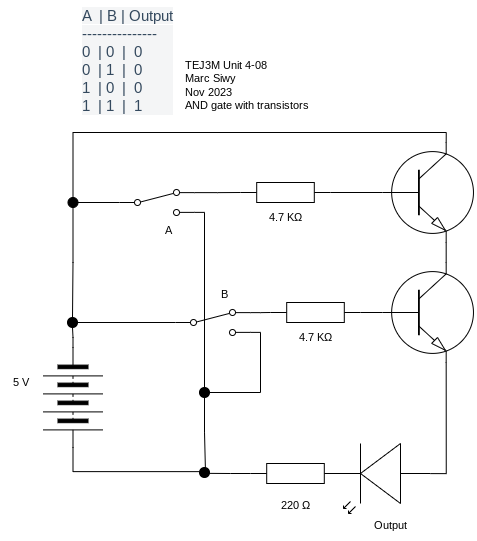
This is Unit 4-08/Unit 4-08.png from Marc-Siwy/TEJ3MUnit4, a draw.io export, as it was before one commit. Source tidied: cells renumbered, new cells last; positions are measured from the earlier drawing's top-left corner, leaving out a move shared by most shapes.
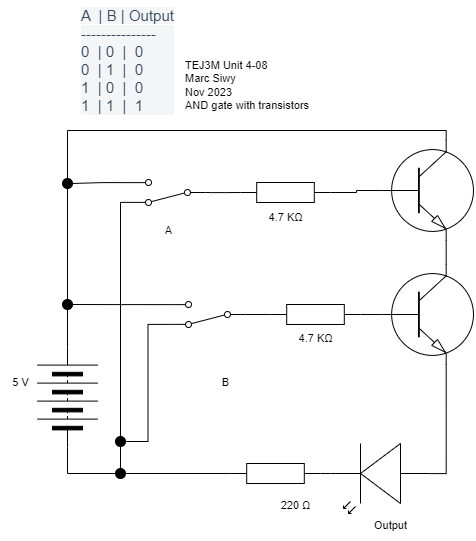
The same diagram one commit later.

What changed in the source:
```diff
@@ -2,14 +2,11 @@
   <root>
     <mxCell id="0" />
     <mxCell id="1" parent="0" />
-    <mxCell id="2" style="edgeStyle=orthogonalEdgeStyle;shape=connector;rounded=0;html=1;labelBackgroundColor=default;strokeColor=default;fontFamily=Helvetica;fontSize=11;fontColor=default;endArrow=none;endFill=0;" parent="1" edge="1" source="4" target="20">
+    <mxCell id="2" style="edgeStyle=orthogonalEdgeStyle;rounded=0;html=1;exitX=0;exitY=0.5;exitDx=0;exitDy=0;entryX=0;entryY=0.5;entryDx=0;entryDy=0;endArrow=none;endFill=0;" parent="1" edge="1" source="4" target="20">
       <mxGeometry relative="1" as="geometry" />
     </mxCell>
-    <mxCell id="3" style="edgeStyle=orthogonalEdgeStyle;shape=connector;rounded=0;html=1;exitX=1;exitY=0.5;exitDx=0;exitDy=0;entryX=0;entryY=0.5;entryDx=0;entryDy=0;labelBackgroundColor=default;strokeColor=default;fontFamily=Helvetica;fontSize=11;fontColor=default;endArrow=none;endFill=0;" parent="1" edge="1" source="4" target="12">
-      <mxGeometry relative="1" as="geometry" />
-    </mxCell>
-    <mxCell id="4" style="verticalLabelPosition=bottom;shadow=0;dashed=0;align=center;html=1;verticalAlign=top;shape=mxgraph.electrical.miscellaneous.batteryStack;rotation=90;" parent="1" vertex="1">
-      <mxGeometry x="22.5" y="367" width="100" height="60" as="geometry" />
+    <mxCell id="4" style="verticalLabelPosition=bottom;shadow=0;dashed=0;align=center;html=1;verticalAlign=top;shape=mxgraph.electrical.miscellaneous.batteryStack;rotation=-90;" parent="1" vertex="1">
+      <mxGeometry x="17" y="367" width="100" height="60" as="geometry" />
     </mxCell>
     <mxCell id="5" value="5 V" style="text;html=1;align=center;verticalAlign=middle;strokeColor=none;fillColor=none;fontSize=11;fontFamily=Helvetica;fontColor=default;" parent="1" vertex="1">
       <mxGeometry y="367" width="40" height="30" as="geometry" />
@@ -20,21 +17,6 @@
     <mxCell id="7" value="TEJ3M Unit 4-08&lt;br&gt;Marc Siwy&lt;br&gt;Nov 2023&lt;br&gt;AND gate with transistors" style="text;html=1;align=left;verticalAlign=middle;strokeColor=none;fillColor=none;fontSize=11;fontFamily=Helvetica;fontColor=default;" parent="1" vertex="1">
       <mxGeometry x="182.5" y="50" width="150" height="70" as="geometry" />
     </mxCell>
-    <mxCell id="8" style="edgeStyle=orthogonalEdgeStyle;shape=connector;rounded=0;html=1;exitX=1;exitY=0.12;exitDx=0;exitDy=0;entryX=0;entryY=0.5;entryDx=0;entryDy=0;entryPerimeter=0;labelBackgroundColor=default;strokeColor=default;fontFamily=Helvetica;fontSize=11;fontColor=default;endArrow=none;endFill=0;" parent="1" edge="1" source="11" target="19">
-      <mxGeometry relative="1" as="geometry" />
-    </mxCell>
-    <mxCell id="9" style="edgeStyle=orthogonalEdgeStyle;shape=connector;rounded=0;html=1;exitX=0;exitY=0.5;exitDx=0;exitDy=0;entryX=0.5;entryY=0;entryDx=0;entryDy=0;labelBackgroundColor=default;strokeColor=default;fontFamily=Helvetica;fontSize=11;fontColor=default;endArrow=none;endFill=0;" parent="1" edge="1" source="11" target="23">
-      <mxGeometry relative="1" as="geometry" />
-    </mxCell>
-    <mxCell id="10" style="edgeStyle=orthogonalEdgeStyle;shape=connector;rounded=0;html=1;exitX=1;exitY=0.88;exitDx=0;exitDy=0;labelBackgroundColor=default;strokeColor=default;fontFamily=Helvetica;fontSize=11;fontColor=default;endArrow=none;endFill=0;entryX=0.5;entryY=0;entryDx=0;entryDy=0;" parent="1" edge="1" source="11" target="39">
-      <mxGeometry relative="1" as="geometry" />
-    </mxCell>
-    <mxCell id="11" style="shape=mxgraph.electrical.electro-mechanical.twoWaySwitch;elSwitchState=2;rotation=0;" parent="1" vertex="1">
-      <mxGeometry x="119" y="189" width="75" height="26" as="geometry" />
-    </mxCell>
-    <mxCell id="12" style="ellipse;whiteSpace=wrap;html=1;fillColor=#000000;rotation=10;" parent="1" vertex="1">
-      <mxGeometry x="199" y="467" width="10" height="10" as="geometry" />
-    </mxCell>
     <mxCell id="13" value="&lt;span style=&quot;color: rgb(52, 73, 94); font-family: ArtifaktElement-Medium, sans-serif; font-size: 15px; text-align: left; background-color: rgb(244, 245, 246);&quot;&gt;A&amp;nbsp; | B | Output&lt;/span&gt;&lt;div style=&quot;-webkit-tap-highlight-color: rgba(0, 0, 0, 0); box-sizing: border-box; color: rgb(52, 73, 94); font-family: ArtifaktElement-Medium, sans-serif; font-size: 15px; text-align: left; background-color: rgb(244, 245, 246);&quot;&gt;---------------&lt;/div&gt;&lt;div style=&quot;-webkit-tap-highlight-color: rgba(0, 0, 0, 0); box-sizing: border-box; color: rgb(52, 73, 94); font-family: ArtifaktElement-Medium, sans-serif; font-size: 15px; text-align: left; background-color: rgb(244, 245, 246);&quot;&gt;0&amp;nbsp; | 0&amp;nbsp; |&amp;nbsp; 0&lt;/div&gt;&lt;div style=&quot;-webkit-tap-highlight-color: rgba(0, 0, 0, 0); box-sizing: border-box; color: rgb(52, 73, 94); font-family: ArtifaktElement-Medium, sans-serif; font-size: 15px; text-align: left; background-color: rgb(244, 245, 246);&quot;&gt;0&amp;nbsp; | 1&amp;nbsp; |&amp;nbsp; 0&lt;/div&gt;&lt;div style=&quot;-webkit-tap-highlight-color: rgba(0, 0, 0, 0); box-sizing: border-box; color: rgb(52, 73, 94); font-family: ArtifaktElement-Medium, sans-serif; font-size: 15px; text-align: left; background-color: rgb(244, 245, 246);&quot;&gt;&lt;div style=&quot;border-color: var(--border-color); -webkit-tap-highlight-color: rgba(0, 0, 0, 0); box-sizing: border-box;&quot;&gt;1&amp;nbsp; | 0&amp;nbsp; |&amp;nbsp; 0&lt;/div&gt;&lt;div style=&quot;border-color: var(--border-color); -webkit-tap-highlight-color: rgba(0, 0, 0, 0); box-sizing: border-box;&quot;&gt;1&amp;nbsp; | 1&amp;nbsp; |&amp;nbsp; 1&lt;/div&gt;&lt;/div&gt;" style="text;html=1;align=center;verticalAlign=middle;strokeColor=none;fillColor=none;fontSize=11;fontFamily=Helvetica;fontColor=default;" parent="1" vertex="1">
       <mxGeometry x="67" width="120" height="120" as="geometry" />
     </mxCell>
@@ -50,74 +32,99 @@
     <mxCell id="17" style="edgeStyle=orthogonalEdgeStyle;html=1;exitX=0.7;exitY=1;exitDx=0;exitDy=0;exitPerimeter=0;entryX=0.7;entryY=0;entryDx=0;entryDy=0;entryPerimeter=0;endArrow=none;endFill=0;rounded=0;" parent="1" edge="1" source="18" target="34">
       <mxGeometry relative="1" as="geometry" />
     </mxCell>
+    <mxCell id="41" style="edgeStyle=orthogonalEdgeStyle;shape=connector;rounded=0;html=1;exitX=0.7;exitY=0;exitDx=0;exitDy=0;exitPerimeter=0;entryX=0.5;entryY=0;entryDx=0;entryDy=0;labelBackgroundColor=default;strokeColor=default;fontFamily=Helvetica;fontSize=11;fontColor=default;endArrow=none;endFill=0;" parent="1" edge="1" source="18" target="49">
+      <mxGeometry relative="1" as="geometry" />
+    </mxCell>
     <mxCell id="18" style="verticalLabelPosition=bottom;shadow=0;dashed=0;align=center;html=1;verticalAlign=top;shape=mxgraph.electrical.transistors.npn_transistor_1;" parent="1" vertex="1">
-      <mxGeometry x="380" y="142" width="95" height="100" as="geometry" />
+      <mxGeometry x="380" y="140" width="95" height="100" as="geometry" />
     </mxCell>
     <mxCell id="19" style="verticalLabelPosition=bottom;shadow=0;dashed=0;align=center;html=1;verticalAlign=top;shape=mxgraph.electrical.resistors.resistor_1;" parent="1" vertex="1">
       <mxGeometry x="240" y="182" width="90" height="20" as="geometry" />
     </mxCell>
     <mxCell id="20" style="ellipse;whiteSpace=wrap;html=1;fillColor=#000000;" parent="1" vertex="1">
-      <mxGeometry x="67" y="317" width="10" height="10" as="geometry" />
+      <mxGeometry x="115" y="468" width="10" height="10" as="geometry" />
     </mxCell>
-    <mxCell id="21" style="edgeStyle=orthogonalEdgeStyle;shape=connector;rounded=0;html=1;exitX=0;exitY=0.5;exitDx=0;exitDy=0;entryX=0.7;entryY=0;entryDx=0;entryDy=0;entryPerimeter=0;labelBackgroundColor=default;strokeColor=default;fontFamily=Helvetica;fontSize=11;fontColor=default;endArrow=none;endFill=0;" parent="1" edge="1" source="23" target="18">
-      <mxGeometry relative="1" as="geometry" />
-    </mxCell>
-    <mxCell id="22" style="edgeStyle=orthogonalEdgeStyle;shape=connector;rounded=0;html=1;exitX=1;exitY=0.5;exitDx=0;exitDy=0;entryX=0.5;entryY=0;entryDx=0;entryDy=0;labelBackgroundColor=default;strokeColor=default;fontFamily=Helvetica;fontSize=11;fontColor=default;endArrow=none;endFill=0;" parent="1" edge="1" source="23" target="20">
-      <mxGeometry relative="1" as="geometry" />
-    </mxCell>
-    <mxCell id="23" style="ellipse;whiteSpace=wrap;html=1;fillColor=#000000;direction=south;" parent="1" vertex="1">
-      <mxGeometry x="67.5" y="197" width="10" height="10" as="geometry" />
-    </mxCell>
     <mxCell id="24" style="verticalLabelPosition=bottom;shadow=0;dashed=0;align=center;html=1;verticalAlign=top;shape=mxgraph.electrical.opto_electronics.led_2;rotation=-180;" parent="1" vertex="1">
       <mxGeometry x="330" y="443" width="100" height="70" as="geometry" />
     </mxCell>
     <mxCell id="25" style="edgeStyle=orthogonalEdgeStyle;shape=connector;rounded=0;html=1;exitX=1;exitY=0.5;exitDx=0;exitDy=0;exitPerimeter=0;entryX=1;entryY=0.57;entryDx=0;entryDy=0;entryPerimeter=0;labelBackgroundColor=default;strokeColor=default;fontFamily=Helvetica;fontSize=11;fontColor=default;endArrow=none;endFill=0;" parent="1" edge="1" source="27" target="24">
       <mxGeometry relative="1" as="geometry" />
     </mxCell>
-    <mxCell id="26" style="edgeStyle=orthogonalEdgeStyle;shape=connector;rounded=0;html=1;exitX=0;exitY=0.5;exitDx=0;exitDy=0;exitPerimeter=0;entryX=1;entryY=0.5;entryDx=0;entryDy=0;labelBackgroundColor=default;strokeColor=default;fontFamily=Helvetica;fontSize=11;fontColor=default;endArrow=none;endFill=0;" parent="1" edge="1" source="27" target="12">
-      <mxGeometry relative="1" as="geometry" />
-    </mxCell>
+    <mxCell id="42" style="edgeStyle=orthogonalEdgeStyle;shape=connector;rounded=0;html=1;exitX=0;exitY=0.5;exitDx=0;exitDy=0;exitPerimeter=0;entryX=1;entryY=0.5;entryDx=0;entryDy=0;labelBackgroundColor=default;strokeColor=default;fontFamily=Helvetica;fontSize=11;fontColor=default;endArrow=none;endFill=0;" parent="1" edge="1" source="27" target="20">
+      <mxGeometry relative="1" as="geometry" />
+    </mxCell>
     <mxCell id="27" style="verticalLabelPosition=bottom;shadow=0;dashed=0;align=center;html=1;verticalAlign=top;shape=mxgraph.electrical.resistors.resistor_1;rotation=0;" parent="1" vertex="1">
-      <mxGeometry x="250" y="463" width="90" height="20" as="geometry" />
+      <mxGeometry x="230" y="463" width="90" height="20" as="geometry" />
     </mxCell>
-    <mxCell id="28" style="edgeStyle=orthogonalEdgeStyle;shape=connector;rounded=0;html=1;exitX=1;exitY=0.12;exitDx=0;exitDy=0;entryX=0;entryY=0.5;entryDx=0;entryDy=0;entryPerimeter=0;labelBackgroundColor=default;strokeColor=default;fontFamily=Helvetica;fontSize=11;fontColor=default;endArrow=none;endFill=0;" parent="1" edge="1" source="31" target="36">
-      <mxGeometry relative="1" as="geometry" />
-    </mxCell>
-    <mxCell id="29" style="edgeStyle=orthogonalEdgeStyle;shape=connector;rounded=0;html=1;exitX=0;exitY=0.5;exitDx=0;exitDy=0;entryX=1;entryY=0.5;entryDx=0;entryDy=0;labelBackgroundColor=default;strokeColor=default;fontFamily=Helvetica;fontSize=11;fontColor=default;endArrow=none;endFill=0;" parent="1" edge="1" source="31" target="20">
-      <mxGeometry relative="1" as="geometry" />
-    </mxCell>
-    <mxCell id="30" style="edgeStyle=orthogonalEdgeStyle;shape=connector;rounded=0;html=1;exitX=1;exitY=0.88;exitDx=0;exitDy=0;entryX=1;entryY=0.5;entryDx=0;entryDy=0;labelBackgroundColor=default;strokeColor=default;fontFamily=Helvetica;fontSize=11;fontColor=default;endArrow=none;endFill=0;" parent="1" edge="1" source="31" target="39">
-      <mxGeometry relative="1" as="geometry" />
-    </mxCell>
-    <mxCell id="31" style="shape=mxgraph.electrical.electro-mechanical.twoWaySwitch;elSwitchState=2;rotation=0;" parent="1" vertex="1">
-      <mxGeometry x="175" y="309" width="75" height="26" as="geometry" />
-    </mxCell>
     <mxCell id="32" value="B" style="text;html=1;align=center;verticalAlign=middle;strokeColor=none;fillColor=none;fontSize=11;fontFamily=Helvetica;fontColor=default;" parent="1" vertex="1">
-      <mxGeometry x="209" y="279" width="30" height="30" as="geometry" />
+      <mxGeometry x="210" y="367" width="30" height="30" as="geometry" />
     </mxCell>
     <mxCell id="33" style="edgeStyle=orthogonalEdgeStyle;shape=connector;rounded=0;html=1;exitX=0.7;exitY=1;exitDx=0;exitDy=0;exitPerimeter=0;entryX=0;entryY=0.57;entryDx=0;entryDy=0;entryPerimeter=0;labelBackgroundColor=default;strokeColor=default;fontFamily=Helvetica;fontSize=11;fontColor=default;endArrow=none;endFill=0;" parent="1" edge="1" source="34" target="24">
       <mxGeometry relative="1" as="geometry" />
     </mxCell>
     <mxCell id="34" style="verticalLabelPosition=bottom;shadow=0;dashed=0;align=center;html=1;verticalAlign=top;shape=mxgraph.electrical.transistors.npn_transistor_1;" parent="1" vertex="1">
-      <mxGeometry x="380" y="262" width="95" height="100" as="geometry" />
+      <mxGeometry x="380" y="264" width="95" height="100" as="geometry" />
     </mxCell>
     <mxCell id="35" style="edgeStyle=orthogonalEdgeStyle;shape=connector;rounded=0;html=1;exitX=1;exitY=0.5;exitDx=0;exitDy=0;exitPerimeter=0;entryX=0;entryY=0.5;entryDx=0;entryDy=0;entryPerimeter=0;labelBackgroundColor=default;strokeColor=default;fontFamily=Helvetica;fontSize=11;fontColor=default;endArrow=none;endFill=0;" parent="1" edge="1" source="36" target="34">
       <mxGeometry relative="1" as="geometry" />
     </mxCell>
+    <mxCell id="43" style="edgeStyle=orthogonalEdgeStyle;shape=connector;rounded=0;html=1;exitX=0;exitY=0.5;exitDx=0;exitDy=0;exitPerimeter=0;entryX=0;entryY=0.5;entryDx=0;entryDy=0;labelBackgroundColor=default;strokeColor=default;fontFamily=Helvetica;fontSize=11;fontColor=default;endArrow=none;endFill=0;" parent="1" edge="1" source="36" target="56">
+      <mxGeometry relative="1" as="geometry" />
+    </mxCell>
     <mxCell id="36" style="verticalLabelPosition=bottom;shadow=0;dashed=0;align=center;html=1;verticalAlign=top;shape=mxgraph.electrical.resistors.resistor_1;" parent="1" vertex="1">
-      <mxGeometry x="270" y="302" width="90" height="20" as="geometry" />
+      <mxGeometry x="270" y="304" width="90" height="20" as="geometry" />
     </mxCell>
     <mxCell id="37" value="4.7 KΩ" style="text;html=1;align=center;verticalAlign=middle;strokeColor=none;fillColor=none;fontSize=11;fontFamily=Helvetica;fontColor=default;" parent="1" vertex="1">
-      <mxGeometry x="285" y="322" width="60" height="30" as="geometry" />
+      <mxGeometry x="285" y="323" width="60" height="30" as="geometry" />
     </mxCell>
-    <mxCell id="38" style="edgeStyle=orthogonalEdgeStyle;shape=connector;rounded=0;html=1;exitX=0.5;exitY=1;exitDx=0;exitDy=0;entryX=0.5;entryY=0;entryDx=0;entryDy=0;labelBackgroundColor=default;strokeColor=default;fontFamily=Helvetica;fontSize=11;fontColor=default;endArrow=none;endFill=0;" parent="1" edge="1" source="39" target="12">
-      <mxGeometry relative="1" as="geometry" />
-    </mxCell>
+    <mxCell id="44" style="edgeStyle=orthogonalEdgeStyle;shape=connector;rounded=0;html=1;exitX=0.5;exitY=1;exitDx=0;exitDy=0;entryX=1;entryY=0.5;entryDx=0;entryDy=0;labelBackgroundColor=default;strokeColor=default;fontFamily=Helvetica;fontSize=11;fontColor=default;endArrow=none;endFill=0;" parent="1" edge="1" source="39" target="4">
+      <mxGeometry relative="1" as="geometry" />
+    </mxCell>
     <mxCell id="39" style="ellipse;whiteSpace=wrap;html=1;fillColor=#000000;" parent="1" vertex="1">
-      <mxGeometry x="199" y="387" width="10" height="10" as="geometry" />
+      <mxGeometry x="62" y="299" width="10" height="10" as="geometry" />
     </mxCell>
     <mxCell id="40" value="4.7 KΩ" style="text;html=1;align=center;verticalAlign=middle;strokeColor=none;fillColor=none;fontSize=11;fontFamily=Helvetica;fontColor=default;" parent="1" vertex="1">
       <mxGeometry x="255" y="202" width="60" height="30" as="geometry" />
     </mxCell>
+    <mxCell id="45" style="edgeStyle=orthogonalEdgeStyle;shape=connector;rounded=0;html=1;exitX=1;exitY=0.12;exitDx=0;exitDy=0;entryX=0;entryY=0.5;entryDx=0;entryDy=0;entryPerimeter=0;labelBackgroundColor=default;strokeColor=default;fontFamily=Helvetica;fontSize=11;fontColor=default;endArrow=none;endFill=0;" parent="1" edge="1" target="19">
+      <mxGeometry relative="1" as="geometry">
+        <mxPoint x="210" y="192.1" as="sourcePoint" />
+      </mxGeometry>
+    </mxCell>
+    <mxCell id="46" style="edgeStyle=orthogonalEdgeStyle;shape=connector;rounded=0;html=1;exitX=0.5;exitY=1;exitDx=0;exitDy=0;entryX=0.5;entryY=0;entryDx=0;entryDy=0;labelBackgroundColor=default;strokeColor=default;fontFamily=Helvetica;fontSize=11;fontColor=default;endArrow=none;endFill=0;" parent="1" edge="1" source="47" target="20">
+      <mxGeometry relative="1" as="geometry" />
+    </mxCell>
+    <mxCell id="47" style="ellipse;whiteSpace=wrap;html=1;fillColor=#000000;" parent="1" vertex="1">
+      <mxGeometry x="115" y="436" width="10" height="10" as="geometry" />
+    </mxCell>
+    <mxCell id="48" style="edgeStyle=orthogonalEdgeStyle;shape=connector;rounded=0;html=1;exitX=0.5;exitY=1;exitDx=0;exitDy=0;entryX=0.5;entryY=0;entryDx=0;entryDy=0;labelBackgroundColor=default;strokeColor=default;fontFamily=Helvetica;fontSize=11;fontColor=default;endArrow=none;endFill=0;" parent="1" edge="1" source="49" target="39">
+      <mxGeometry relative="1" as="geometry" />
+    </mxCell>
+    <mxCell id="49" style="ellipse;whiteSpace=wrap;html=1;fillColor=#000000;" parent="1" vertex="1">
+      <mxGeometry x="62" y="178" width="10" height="10" as="geometry" />
+    </mxCell>
+    <mxCell id="50" style="edgeStyle=orthogonalEdgeStyle;shape=connector;rounded=0;html=1;exitX=0;exitY=0.5;exitDx=0;exitDy=0;labelBackgroundColor=default;strokeColor=default;fontFamily=Helvetica;fontSize=11;fontColor=default;endArrow=none;endFill=0;" parent="1" edge="1" source="53">
+      <mxGeometry relative="1" as="geometry">
+        <mxPoint x="210" y="191.8" as="targetPoint" />
+      </mxGeometry>
+    </mxCell>
+    <mxCell id="51" style="edgeStyle=orthogonalEdgeStyle;shape=connector;rounded=0;html=1;exitX=1;exitY=0.12;exitDx=0;exitDy=0;entryX=0.5;entryY=0;entryDx=0;entryDy=0;labelBackgroundColor=default;strokeColor=default;fontFamily=Helvetica;fontSize=11;fontColor=default;endArrow=none;endFill=0;" parent="1" edge="1" source="53" target="20">
+      <mxGeometry relative="1" as="geometry" />
+    </mxCell>
+    <mxCell id="52" style="edgeStyle=orthogonalEdgeStyle;shape=connector;rounded=0;html=1;exitX=1;exitY=0.88;exitDx=0;exitDy=0;entryX=1;entryY=0.5;entryDx=0;entryDy=0;labelBackgroundColor=default;strokeColor=default;fontFamily=Helvetica;fontSize=11;fontColor=default;endArrow=none;endFill=0;" parent="1" edge="1" source="53" target="49">
+      <mxGeometry relative="1" as="geometry" />
+    </mxCell>
+    <mxCell id="53" style="shape=mxgraph.electrical.electro-mechanical.twoWaySwitch;elSwitchState=2;fontFamily=Helvetica;fontSize=11;fontColor=default;rotation=-180;" parent="1" vertex="1">
+      <mxGeometry x="130" y="179" width="75" height="26" as="geometry" />
+    </mxCell>
+    <mxCell id="54" style="edgeStyle=orthogonalEdgeStyle;shape=connector;rounded=0;html=1;exitX=1;exitY=0.12;exitDx=0;exitDy=0;entryX=1;entryY=0.5;entryDx=0;entryDy=0;labelBackgroundColor=default;strokeColor=default;fontFamily=Helvetica;fontSize=11;fontColor=default;endArrow=none;endFill=0;" parent="1" edge="1" source="56" target="47">
+      <mxGeometry relative="1" as="geometry" />
+    </mxCell>
+    <mxCell id="55" style="edgeStyle=orthogonalEdgeStyle;shape=connector;rounded=0;html=1;exitX=1;exitY=0.88;exitDx=0;exitDy=0;entryX=1;entryY=0.5;entryDx=0;entryDy=0;labelBackgroundColor=default;strokeColor=default;fontFamily=Helvetica;fontSize=11;fontColor=default;endArrow=none;endFill=0;" parent="1" edge="1" source="56" target="39">
+      <mxGeometry relative="1" as="geometry" />
+    </mxCell>
+    <mxCell id="56" style="shape=mxgraph.electrical.electro-mechanical.twoWaySwitch;elSwitchState=2;fontFamily=Helvetica;fontSize=11;fontColor=default;rotation=-180;" parent="1" vertex="1">
+      <mxGeometry x="170" y="301" width="75" height="26" as="geometry" />
+    </mxCell>
   </root>
 </mxGraphModel>
```
